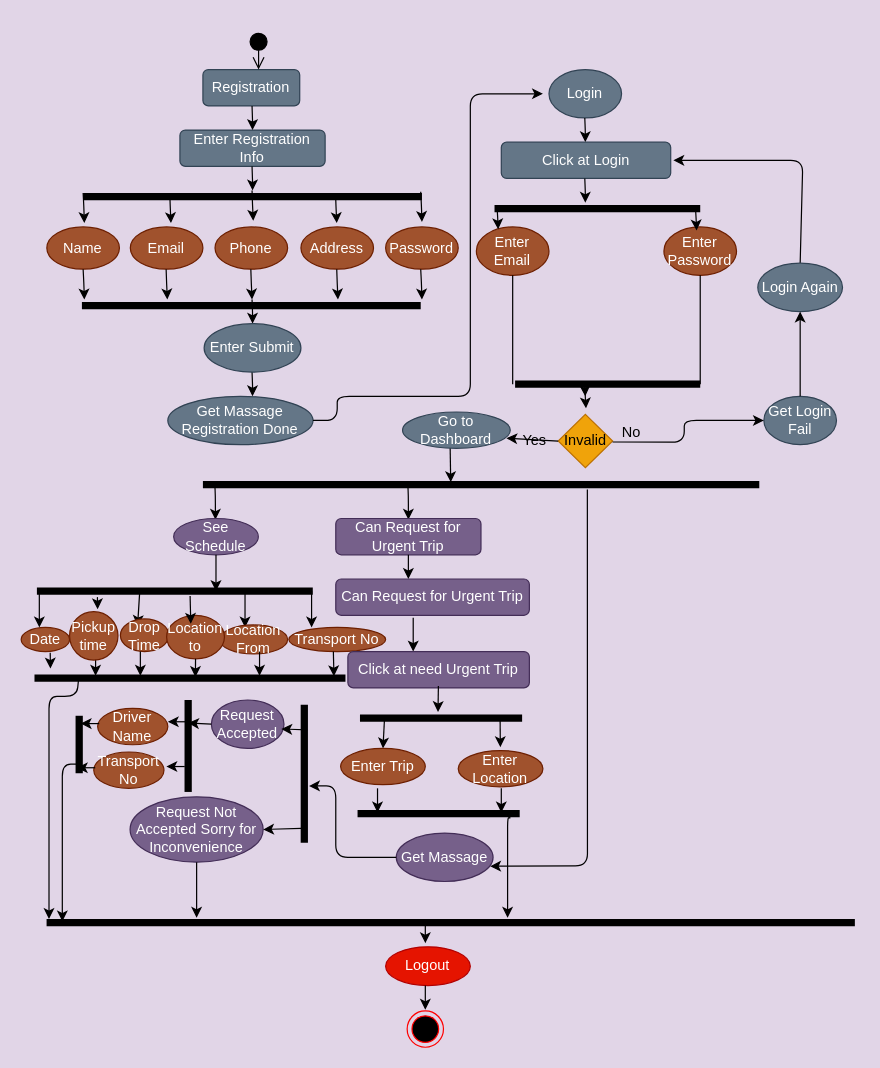
Above: database/Activity Diagram for Employee.drawio in SHIMAISRAFIL/Transport-Schedule (draw.io), before the change. Source tidied: cells renumbered, new cells numbered last; positions are measured from the earlier drawing's top-left corner, leaving out a move shared by most shapes. Both pictures are drawn from the tidied source at 121%, with x=0, y=0 at pixel (21, 31).
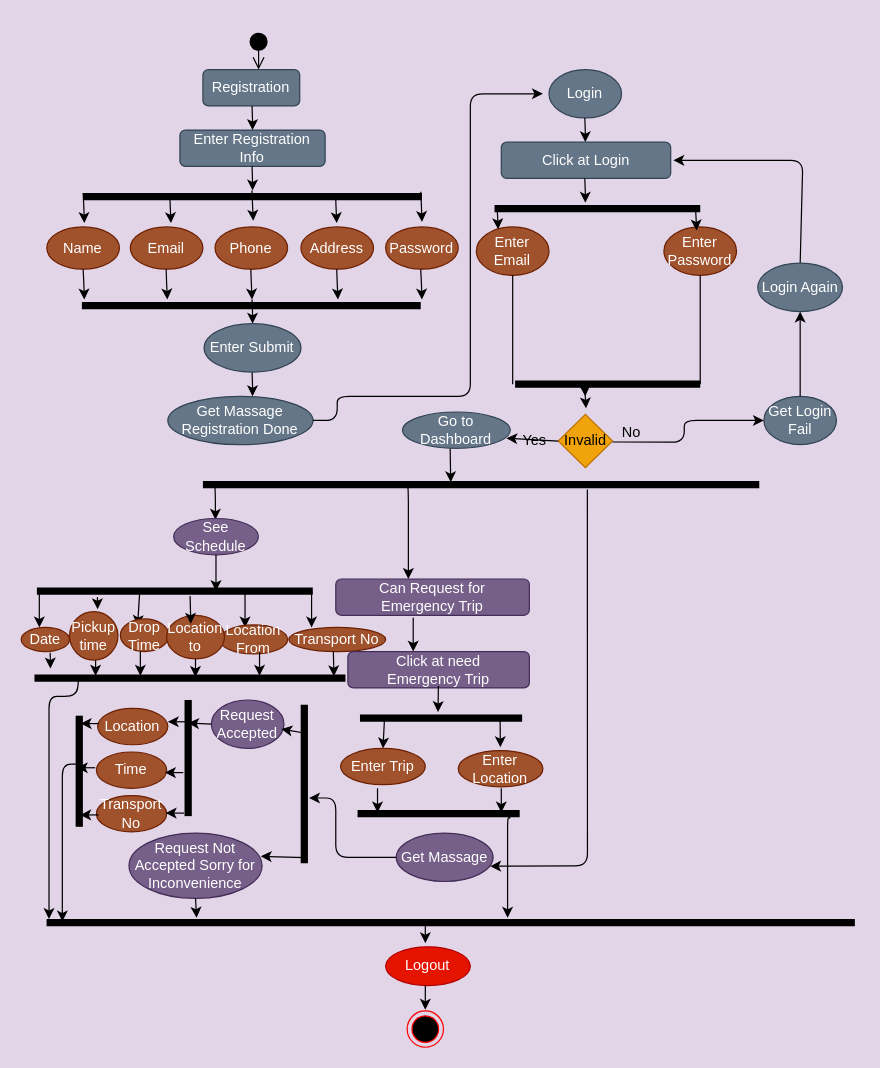
Above is the later version.

Unchanged cells that the change refers to:
```xml
<mxCell id="24" value="Get Massage" style="ellipse;whiteSpace=wrap;html=1;fillColor=#76608a;strokeColor=#432D57;fontColor=#ffffff;" parent="1" vertex="1">
  <mxGeometry x="310" y="662" width="80" height="40" as="geometry" />
</mxCell>
```

What changed in the source:
```diff
@@
-    <mxCell id="4" style="endArrow=classic;html=1;" parent="1" edge="1">
+    <mxCell id="4" style="endArrow=classic;html=1;entryX=0.375;entryY=0;entryDx=0;entryDy=0;entryPerimeter=0;" parent="1" edge="1" target="26">
       <mxGeometry x="10" y="40" as="geometry">
         <mxPoint x="319.5" y="373" as="sourcePoint" />
-        <mxPoint x="320" y="403" as="targetPoint" />
         <Array as="points">
           <mxPoint x="320" y="383" />
         </Array>
       </mxGeometry>
     </mxCell>
@@
-    <mxCell id="6" value="Can Request for Urgent Trip" style="rounded=1;whiteSpace=wrap;html=1;fillColor=#76608a;strokeColor=#432D57;fontColor=#ffffff;" parent="1" vertex="1">
-      <mxGeometry x="260" y="402" width="120" height="30" as="geometry" />
-    </mxCell>
@@
-    <mxCell id="20" value="Driver Name" style="ellipse;whiteSpace=wrap;html=1;fillColor=#a0522d;strokeColor=#6D1F00;fontColor=#ffffff;" parent="1" vertex="1">
+    <mxCell id="20" value="Location" style="ellipse;whiteSpace=wrap;html=1;fillColor=#a0522d;strokeColor=#6D1F00;fontColor=#ffffff;" parent="1" vertex="1">
       <mxGeometry x="63.2" y="559" width="58" height="30" as="geometry" />
     </mxCell>
     <mxCell id="21" value="Transport No" style="ellipse;whiteSpace=wrap;html=1;fillColor=#a0522d;strokeColor=#6D1F00;fontColor=#ffffff;" parent="1" vertex="1">
-      <mxGeometry x="60" y="595" width="58" height="30" as="geometry" />
+      <mxGeometry x="62.2" y="631" width="58" height="30" as="geometry" />
     </mxCell>
@@
     <mxCell id="23" value="Request Not Accepted Sorry for Inconvenience" style="ellipse;whiteSpace=wrap;html=1;fillColor=#76608a;strokeColor=#432D57;fontColor=#ffffff;" parent="1" vertex="1">
-      <mxGeometry x="90" y="632" width="110" height="54" as="geometry" />
+      <mxGeometry x="89.1" y="662" width="110" height="54" as="geometry" />
     </mxCell>
@@
-    <mxCell id="25" style="endArrow=classic;html=1;exitX=0.5;exitY=1;exitDx=0;exitDy=0;" parent="1" edge="1" source="6">
-      <mxGeometry x="10" y="40" as="geometry">
-        <mxPoint x="320" y="452" as="targetPoint" />
-      </mxGeometry>
-    </mxCell>
-    <mxCell id="26" value="Can Request for Urgent Trip" style="rounded=1;whiteSpace=wrap;html=1;fillColor=#76608a;strokeColor=#432D57;fontColor=#ffffff;" parent="1" vertex="1">
+    <mxCell id="26" value="Can Request for Emergency&amp;nbsp;Trip" style="rounded=1;whiteSpace=wrap;html=1;fillColor=#76608a;strokeColor=#432D57;fontColor=#ffffff;" parent="1" vertex="1">
       <mxGeometry x="260" y="452" width="160" height="30" as="geometry" />
     </mxCell>
@@
-    <mxCell id="28" value="Click at need Urgent Trip" style="rounded=1;whiteSpace=wrap;html=1;fillColor=#76608a;strokeColor=#432D57;fontColor=#ffffff;" parent="1" vertex="1">
+    <mxCell id="28" value="Click at need Emergency&amp;nbsp;Trip" style="rounded=1;whiteSpace=wrap;html=1;fillColor=#76608a;strokeColor=#432D57;fontColor=#ffffff;" parent="1" vertex="1">
       <mxGeometry x="270" y="512" width="150" height="30" as="geometry" />
     </mxCell>
@@
     <mxCell id="96" style="shape=line;html=1;strokeWidth=6;rotation=-90;" parent="1" vertex="1">
-      <mxGeometry x="177" y="608" width="114" height="10" as="geometry" />
+      <mxGeometry x="168.5" y="616.5" width="131" height="10" as="geometry" />
     </mxCell>
@@
     <mxCell id="98" style="shape=line;html=1;strokeWidth=6;rotation=-90;" parent="1" vertex="1">
-      <mxGeometry x="100" y="585" width="76" height="10" as="geometry" />
+      <mxGeometry x="90" y="595" width="96" height="10" as="geometry" />
     </mxCell>
@@
     <mxCell id="100" style="endArrow=classic;html=1;" parent="1" edge="1">
-      <mxGeometry x="15.2" y="45" as="geometry">
-        <mxPoint x="135.2" y="607" as="sourcePoint" />
-        <mxPoint x="120" y="607" as="targetPoint" />
+      <mxGeometry x="14.6" y="83.5" as="geometry">
+        <mxPoint x="134.6" y="645.5" as="sourcePoint" />
+        <mxPoint x="119.4" y="645.5" as="targetPoint" />
       </mxGeometry>
     </mxCell>
@@
     <mxCell id="102" style="endArrow=classic;html=1;exitX=0;exitY=0.5;exitDx=0;exitDy=0;entryX=0.412;entryY=0.89;entryDx=0;entryDy=0;entryPerimeter=0;" parent="1" edge="1" source="24" target="96">
       <mxGeometry relative="1" as="geometry">
         <Array as="points">
           <mxPoint x="260" y="682" />
-          <mxPoint x="260" y="623" />
+          <mxPoint x="260" y="633" />
         </Array>
       </mxGeometry>
     </mxCell>
@@
-    <mxCell id="104" style="endArrow=classic;html=1;exitX=0.104;exitY=0.26;exitDx=0;exitDy=0;exitPerimeter=0;entryX=1;entryY=0.5;entryDx=0;entryDy=0;" parent="1" edge="1" source="96" target="23">
-      <mxGeometry relative="1" as="geometry" />
+    <mxCell id="104" style="endArrow=classic;html=1;exitX=0.067;exitY=0.6;exitDx=0;exitDy=0;exitPerimeter=0;entryX=0.99;entryY=0.282;entryDx=0;entryDy=0;entryPerimeter=0;" parent="1" edge="1">
+      <mxGeometry relative="1" as="geometry">
+        <mxPoint x="235" y="682.2" as="sourcePoint" />
+        <mxPoint x="198" y="681.2" as="targetPoint" />
+      </mxGeometry>
     </mxCell>
@@
     <mxCell id="107" style="shape=line;html=1;strokeWidth=6;rotation=-90;" parent="1" vertex="1">
-      <mxGeometry x="24.2" y="583.8" width="47.5" height="10" as="geometry" />
+      <mxGeometry x="2.1" y="605.9" width="91.8" height="10" as="geometry" />
     </mxCell>
@@
+    <mxCell id="119" value="Time" style="ellipse;whiteSpace=wrap;html=1;fillColor=#a0522d;strokeColor=#6D1F00;fontColor=#ffffff;" parent="1" vertex="1">
+      <mxGeometry x="62.2" y="595" width="58" height="30" as="geometry" />
+    </mxCell>
+    <mxCell id="120" style="endArrow=classic;html=1;" parent="1" edge="1">
+      <mxGeometry x="-56" y="85" as="geometry">
+        <mxPoint x="64" y="647" as="sourcePoint" />
+        <mxPoint x="48.8" y="647" as="targetPoint" />
+      </mxGeometry>
+    </mxCell>
+    <mxCell id="121" style="endArrow=classic;html=1;" parent="1" edge="1">
+      <mxGeometry x="14" y="50" as="geometry">
+        <mxPoint x="134" y="612" as="sourcePoint" />
+        <mxPoint x="118.8" y="612" as="targetPoint" />
+      </mxGeometry>
+    </mxCell>
```
